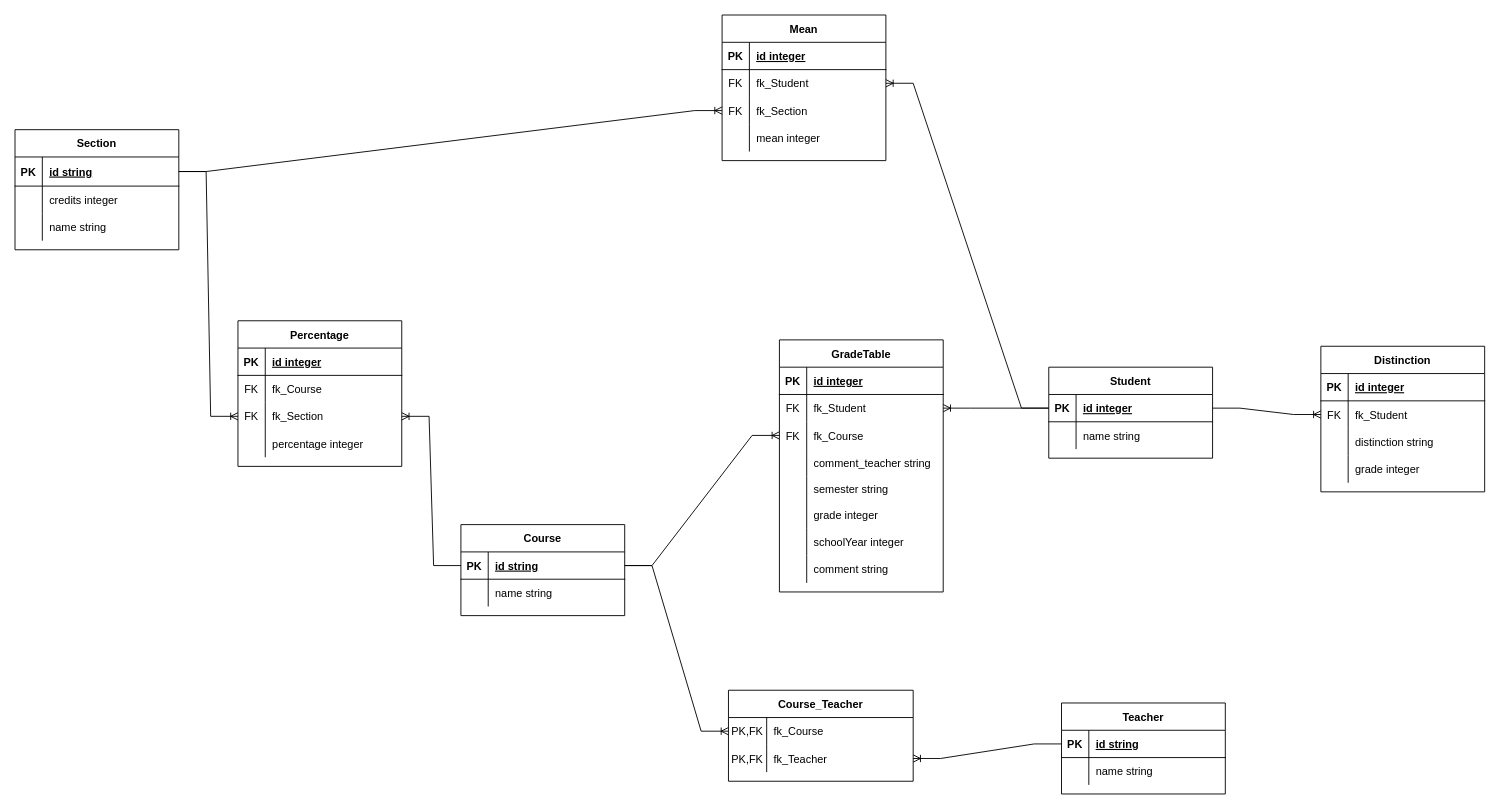
Before: Schéma relationel Software Architecture.drawio in EliottNys/Grade-Management-2, a draw.io diagram. Source tidied: cells renumbered, new cells numbered last; positions are measured from the earlier drawing's top-left corner, leaving out a move shared by most shapes. Both pictures are drawn from the tidied source at 91%, with x=0, y=0 at pixel (15, 15).
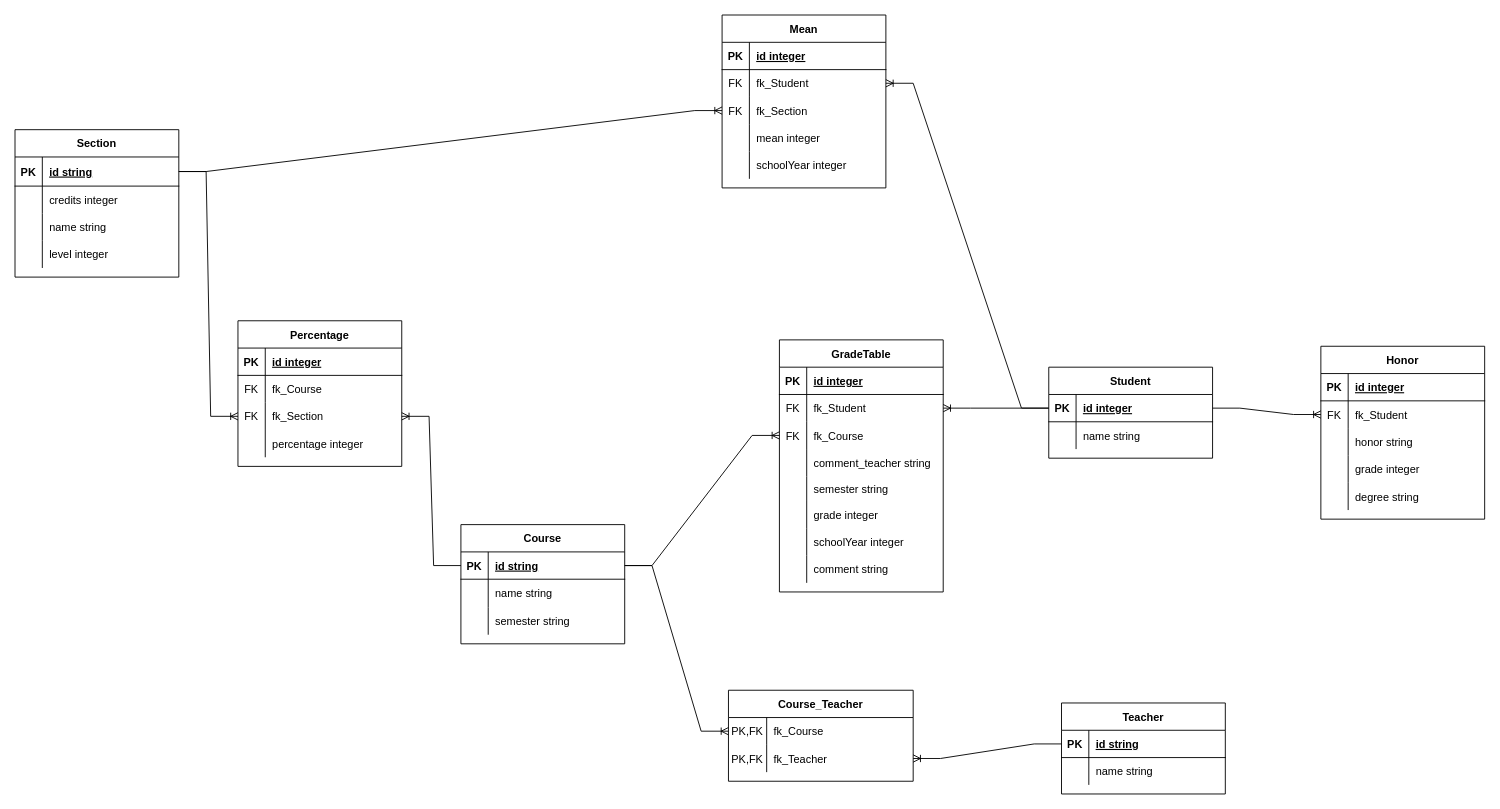
After the change.

Commit message (it also covers changes not shown here):
create the readme and updating the drawio for the relational schema

Unchanged cells that the change refers to:
```xml
<mxCell id="76" style="shape=tableRow;horizontal=0;startSize=0;swimlaneHead=0;swimlaneBody=0;fillColor=none;top=0;left=0;right=0;bottom=0;" parent="69" vertex="1">
  <mxGeometry y="90" width="180" height="30" as="geometry" />
</mxCell>
```

Diff of the diagram source:
```diff
@@
     <mxCell id="2" value="Section" style="shape=table;startSize=30;childLayout=tableLayout;rowLines=0;fontStyle=1;align=center;" parent="1" vertex="1">
-      <mxGeometry y="126" width="180" height="132" as="geometry" />
+      <mxGeometry y="126" width="180" height="162" as="geometry" />
     </mxCell>
@@
+    <mxCell id="113" style="shape=tableRow;horizontal=0;startSize=0;swimlaneHead=0;swimlaneBody=0;fillColor=none;top=0;left=0;right=0;bottom=0;" parent="2" vertex="1">
+      <mxGeometry y="122" width="180" height="30" as="geometry" />
+    </mxCell>
+    <mxCell id="114" style="shape=partialRectangle;fillColor=none;top=0;left=0;bottom=0;right=0;overflow=hidden;" parent="113" vertex="1">
+      <mxGeometry width="30" height="30" as="geometry" />
+    </mxCell>
+    <mxCell id="115" value="level integer" style="shape=partialRectangle;fillColor=none;top=0;left=0;bottom=0;right=0;align=left;spacingLeft=6;overflow=hidden;" parent="113" vertex="1">
+      <mxGeometry x="30" width="150" height="30" as="geometry" />
+    </mxCell>
     <mxCell id="12" value="Course" style="shape=table;startSize=30;childLayout=tableLayout;rowLines=0;fontStyle=1;align=center;" parent="1" vertex="1">
-      <mxGeometry x="490" y="560" width="180" height="100" as="geometry" />
+      <mxGeometry x="490" y="560" width="180" height="131" as="geometry" />
     </mxCell>
@@
     <mxCell id="16" style="shape=tableRow;horizontal=0;startSize=0;swimlaneHead=0;swimlaneBody=0;fillColor=none;top=0;left=0;right=0;bottom=0;" parent="12" vertex="1">
-      <mxGeometry y="60" width="180" height="30" as="geometry" />
+      <mxGeometry y="60" width="180" height="31" as="geometry" />
     </mxCell>
     <mxCell id="17" style="shape=partialRectangle;fillColor=none;top=0;left=0;bottom=0;right=0;overflow=hidden;" parent="16" vertex="1">
-      <mxGeometry width="30" height="30" as="geometry" />
+      <mxGeometry width="30" height="31" as="geometry" />
     </mxCell>
     <mxCell id="18" value="name string" style="shape=partialRectangle;fillColor=none;top=0;left=0;bottom=0;right=0;align=left;spacingLeft=6;overflow=hidden;" parent="16" vertex="1">
-      <mxGeometry x="30" width="150" height="30" as="geometry" />
+      <mxGeometry x="30" width="150" height="31" as="geometry" />
     </mxCell>
+    <mxCell id="116" style="shape=tableRow;horizontal=0;startSize=0;swimlaneHead=0;swimlaneBody=0;fillColor=none;top=0;left=0;right=0;bottom=0;" parent="12" vertex="1">
+      <mxGeometry y="91" width="180" height="30" as="geometry" />
+    </mxCell>
+    <mxCell id="117" style="shape=partialRectangle;fillColor=none;top=0;left=0;bottom=0;right=0;overflow=hidden;" parent="116" vertex="1">
+      <mxGeometry width="30" height="30" as="geometry" />
+    </mxCell>
+    <mxCell id="118" value="semester string" style="shape=partialRectangle;fillColor=none;top=0;left=0;bottom=0;right=0;align=left;spacingLeft=6;overflow=hidden;" parent="116" vertex="1">
+      <mxGeometry x="30" width="150" height="30" as="geometry" />
+    </mxCell>
@@
-    <mxCell id="69" value="Distinction" style="shape=table;startSize=30;childLayout=tableLayout;rowLines=0;fontStyle=1;align=center;" parent="1" vertex="1">
-      <mxGeometry x="1435" y="364" width="180" height="160" as="geometry" />
+    <mxCell id="69" value="Honor" style="shape=table;startSize=30;childLayout=tableLayout;rowLines=0;fontStyle=1;align=center;" parent="1" vertex="1">
+      <mxGeometry x="1435" y="364" width="180" height="190" as="geometry" />
     </mxCell>
@@
-    <mxCell id="78" value="distinction string" style="shape=partialRectangle;fillColor=none;top=0;left=0;bottom=0;right=0;align=left;spacingLeft=6;overflow=hidden;" parent="76" vertex="1">
+    <mxCell id="78" value="honor string" style="shape=partialRectangle;fillColor=none;top=0;left=0;bottom=0;right=0;align=left;spacingLeft=6;overflow=hidden;" parent="76" vertex="1">
       <mxGeometry x="30" width="150" height="30" as="geometry" />
     </mxCell>
@@
+    <mxCell id="119" style="shape=tableRow;horizontal=0;startSize=0;swimlaneHead=0;swimlaneBody=0;fillColor=none;top=0;left=0;right=0;bottom=0;" parent="69" vertex="1">
+      <mxGeometry y="150" width="180" height="30" as="geometry" />
+    </mxCell>
+    <mxCell id="120" style="shape=partialRectangle;fillColor=none;top=0;left=0;bottom=0;right=0;overflow=hidden;" parent="119" vertex="1">
+      <mxGeometry width="30" height="30" as="geometry" />
+    </mxCell>
+    <mxCell id="121" value="degree string" style="shape=partialRectangle;fillColor=none;top=0;left=0;bottom=0;right=0;align=left;spacingLeft=6;overflow=hidden;" parent="119" vertex="1">
+      <mxGeometry x="30" width="150" height="30" as="geometry" />
+    </mxCell>
@@
     <mxCell id="83" value="Mean" style="shape=table;startSize=30;childLayout=tableLayout;rowLines=0;fontStyle=1;align=center;" parent="1" vertex="1">
-      <mxGeometry x="777" width="180" height="160" as="geometry" />
+      <mxGeometry x="777" width="180" height="190" as="geometry" />
     </mxCell>
@@
+    <mxCell id="122" style="shape=tableRow;horizontal=0;startSize=0;swimlaneHead=0;swimlaneBody=0;fillColor=none;top=0;left=0;right=0;bottom=0;" parent="83" vertex="1">
+      <mxGeometry y="150" width="180" height="30" as="geometry" />
+    </mxCell>
+    <mxCell id="123" style="shape=partialRectangle;fillColor=none;top=0;left=0;bottom=0;right=0;overflow=hidden;" parent="122" vertex="1">
+      <mxGeometry width="30" height="30" as="geometry" />
+    </mxCell>
+    <mxCell id="124" value="schoolYear integer" style="shape=partialRectangle;fillColor=none;top=0;left=0;bottom=0;right=0;align=left;spacingLeft=6;overflow=hidden;" parent="122" vertex="1">
+      <mxGeometry x="30" width="150" height="30" as="geometry" />
+    </mxCell>
```
